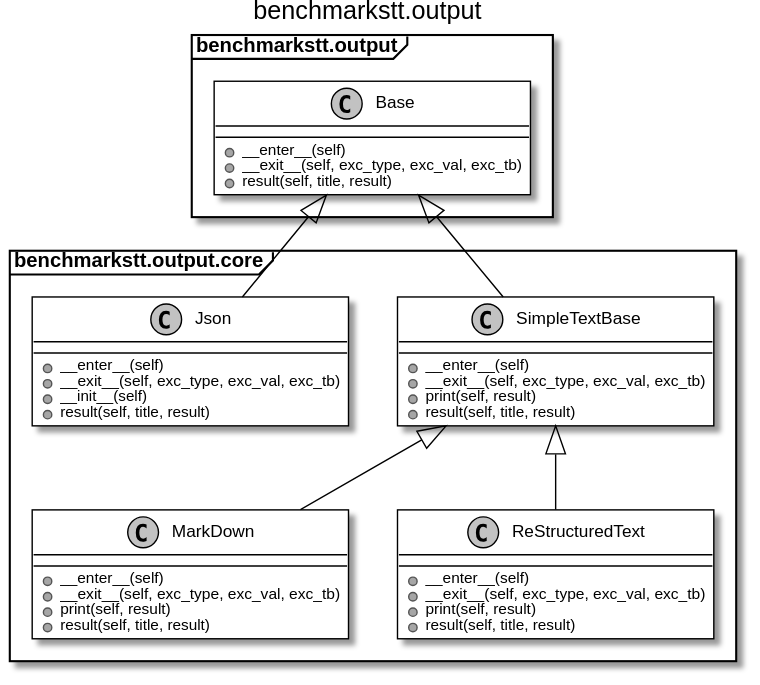
Earlier version of the PlantUML export docs/_static/uml/benchmarkstt.output.svg (ebu/benchmarkstt).
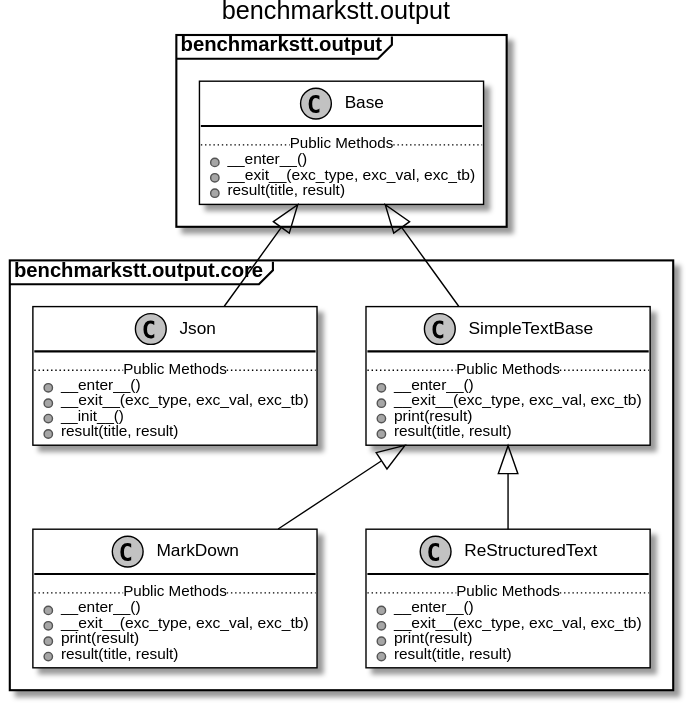
After the commit.

What changed in the source:
```diff
@@ -7,9 +7,10 @@
 package benchmarkstt.output {
 
 	class benchmarkstt.output.Base [[https://benchmarkstt.readthedocs.io/en/latest/modules/benchmarkstt.output.html#benchmarkstt.output.Base]] {
-		+__enter__(self)
-		+__exit__(self, exc_type, exc_val, exc_tb)
-		+result(self, title, result)
+		.. Public Methods ..
+		+__enter__()
+		+__exit__(exc_type, exc_val, exc_tb)
+		+result(title, result)
 	}
 
 
@@ -18,36 +19,40 @@
 package benchmarkstt.output.core {
 
 	class benchmarkstt.output.core.Json [[https://benchmarkstt.readthedocs.io/en/latest/modules/benchmarkstt.output.core.html#benchmarkstt.output.core.Json]] {
-		+__enter__(self)
-		+__exit__(self, exc_type, exc_val, exc_tb)
-		+__init__(self)
-		+result(self, title, result)
+		.. Public Methods ..
+		+__enter__()
+		+__exit__(exc_type, exc_val, exc_tb)
+		+__init__()
+		+result(title, result)
 	}
 
 
 	class benchmarkstt.output.core.MarkDown [[https://benchmarkstt.readthedocs.io/en/latest/modules/benchmarkstt.output.core.html#benchmarkstt.output.core.MarkDown]] {
-		+__enter__(self)
-		+__exit__(self, exc_type, exc_val, exc_tb)
-		+print(self, result)
-		+result(self, title, result)
+		.. Public Methods ..
+		+__enter__()
+		+__exit__(exc_type, exc_val, exc_tb)
+		+print(result)
+		+result(title, result)
 	}
 
 
 
 	class benchmarkstt.output.core.ReStructuredText [[https://benchmarkstt.readthedocs.io/en/latest/modules/benchmarkstt.output.core.html#benchmarkstt.output.core.ReStructuredText]] {
-		+__enter__(self)
-		+__exit__(self, exc_type, exc_val, exc_tb)
-		+print(self, result)
-		+result(self, title, result)
+		.. Public Methods ..
+		+__enter__()
+		+__exit__(exc_type, exc_val, exc_tb)
+		+print(result)
+		+result(title, result)
 	}
 
 
 
 	class benchmarkstt.output.core.SimpleTextBase [[https://benchmarkstt.readthedocs.io/en/latest/modules/benchmarkstt.output.core.html#benchmarkstt.output.core.SimpleTextBase]] {
-		+__enter__(self)
-		+__exit__(self, exc_type, exc_val, exc_tb)
-		+print(self, result)
-		+result(self, title, result)
+		.. Public Methods ..
+		+__enter__()
+		+__exit__(exc_type, exc_val, exc_tb)
+		+print(result)
+		+result(title, result)
 	}
 
 }
```
